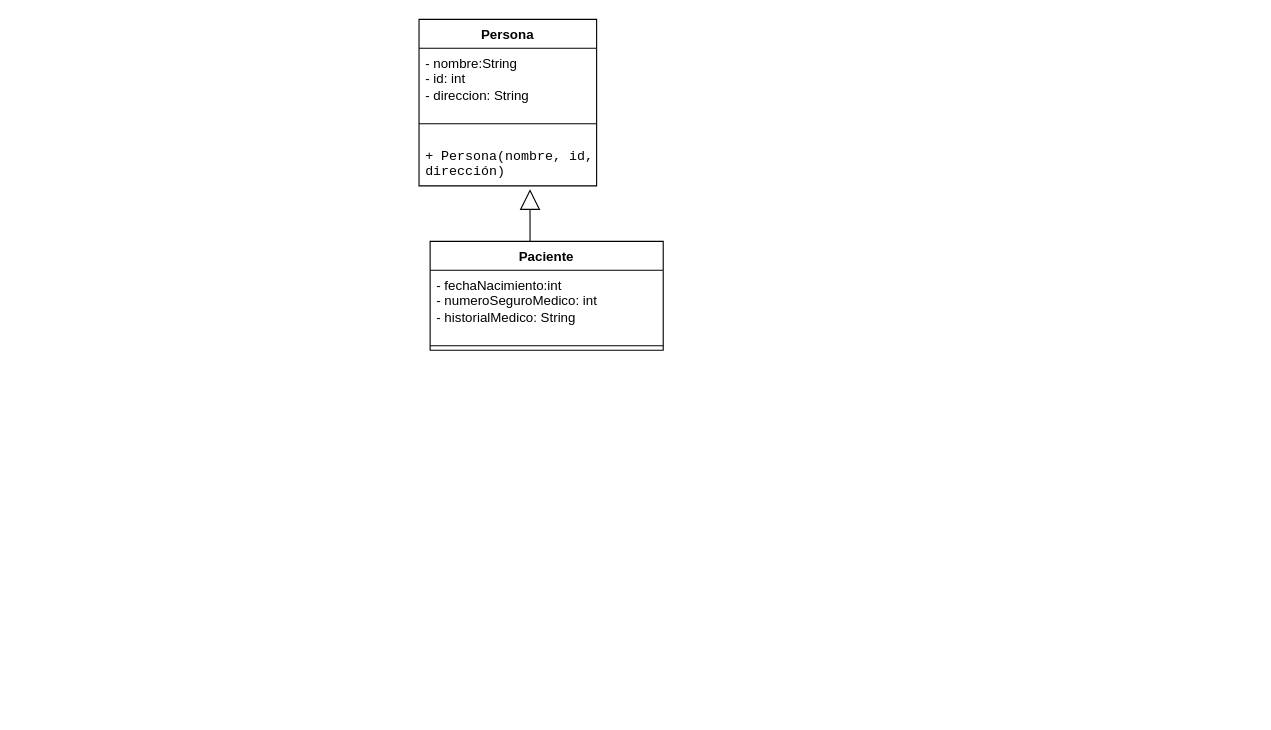
Above: ACD.drawio in Nikooll/ACD (draw.io), before the change. Source tidied: cells renumbered, new cells numbered last; positions are measured from the earlier drawing's top-left corner, leaving out a move shared by most shapes. Both pictures are drawn from the tidied source at 111%, with x=0, y=0 at pixel (418, 19).
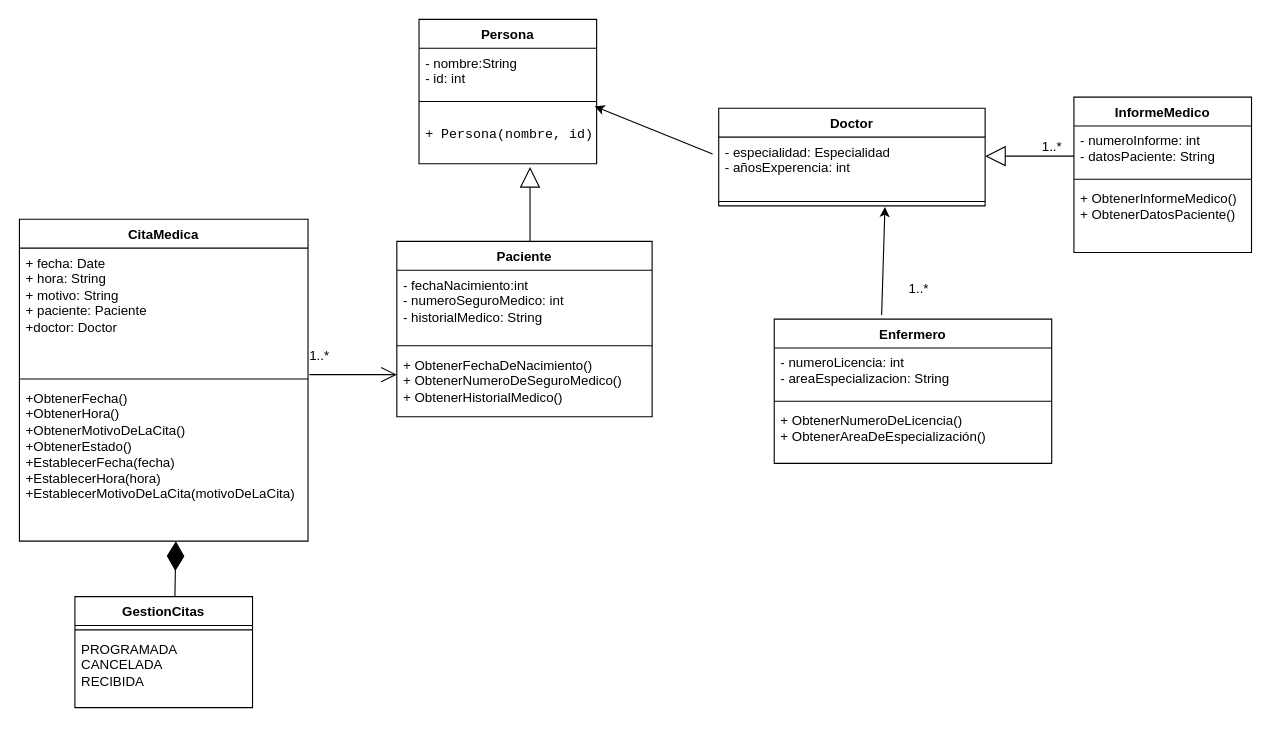
The same page after the edit.

Diff of the diagram source:
```diff
@@
     <mxCell id="2" value="Persona" style="swimlane;fontStyle=1;align=center;verticalAlign=top;horizontal=1;startSize=26;whiteSpace=wrap;html=1;" parent="1" vertex="1">
-      <mxGeometry width="160" height="150" as="geometry" />
+      <mxGeometry width="160" height="130" as="geometry" />
     </mxCell>
-    <mxCell id="3" value="&lt;div&gt;- nombre:String&lt;/div&gt;&lt;div&gt;- id: int&lt;/div&gt;&lt;div&gt;- direccion: String&lt;/div&gt;&lt;div&gt;&lt;br&gt;&lt;/div&gt;" style="text;strokeColor=none;fillColor=none;align=left;verticalAlign=top;spacingLeft=4;spacingRight=4;overflow=hidden;whiteSpace=wrap;html=1;" parent="2" vertex="1">
-      <mxGeometry y="26" width="160" height="64" as="geometry" />
+    <mxCell id="3" value="&lt;div&gt;- nombre:String&lt;/div&gt;&lt;div&gt;- id: int&lt;/div&gt;&lt;div&gt;&lt;br&gt;&lt;/div&gt;" style="text;strokeColor=none;fillColor=none;align=left;verticalAlign=top;spacingLeft=4;spacingRight=4;overflow=hidden;whiteSpace=wrap;html=1;" parent="2" vertex="1">
+      <mxGeometry y="26" width="160" height="44" as="geometry" />
     </mxCell>
     <mxCell id="4" style="line;strokeWidth=1;fillColor=none;align=left;verticalAlign=middle;spacingTop=-1;spacingLeft=3;spacingRight=3;labelPosition=right;strokeColor=inherit;" parent="2" vertex="1">
-      <mxGeometry y="90" width="160" height="8" as="geometry" />
+      <mxGeometry y="70" width="160" height="8" as="geometry" />
     </mxCell>
-    <mxCell id="5" value="&lt;pre&gt;&lt;code class=&quot;!whitespace-pre hljs language-plaintext&quot;&gt;+ Persona(nombre, id,&lt;br&gt;dirección)&lt;/code&gt;&lt;/pre&gt;" style="text;strokeColor=none;fillColor=none;align=left;verticalAlign=top;spacingLeft=4;spacingRight=4;overflow=hidden;points=[[0,0.5],[1,0.5]];portConstraint=eastwest;whiteSpace=wrap;html=1;" parent="2" vertex="1">
-      <mxGeometry y="98" width="160" height="52" as="geometry" />
+    <mxCell id="5" value="&lt;pre&gt;&lt;code class=&quot;!whitespace-pre hljs language-plaintext&quot;&gt;+ Persona(nombre, id)&lt;/code&gt;&lt;/pre&gt;" style="text;strokeColor=none;fillColor=none;align=left;verticalAlign=top;spacingLeft=4;spacingRight=4;overflow=hidden;points=[[0,0.5],[1,0.5]];portConstraint=eastwest;whiteSpace=wrap;html=1;" parent="2" vertex="1">
+      <mxGeometry y="78" width="160" height="52" as="geometry" />
     </mxCell>
@@
     <mxCell id="7" value="Paciente" style="swimlane;fontStyle=1;align=center;verticalAlign=top;horizontal=1;startSize=26;whiteSpace=wrap;html=1;" parent="1" vertex="1">
-      <mxGeometry x="10" y="200" width="210" height="98" as="geometry" />
+      <mxGeometry x="-20" y="200" width="230" height="158" as="geometry" />
     </mxCell>
     <mxCell id="8" value="&lt;div&gt;- fechaNacimiento:int&lt;/div&gt;&lt;div&gt;- numeroSeguroMedico: int&lt;/div&gt;&lt;div&gt;- historialMedico: String&lt;/div&gt;" style="text;strokeColor=none;fillColor=none;align=left;verticalAlign=top;spacingLeft=4;spacingRight=4;overflow=hidden;whiteSpace=wrap;html=1;" parent="7" vertex="1">
-      <mxGeometry y="26" width="210" height="64" as="geometry" />
+      <mxGeometry y="26" width="230" height="64" as="geometry" />
     </mxCell>
-    <mxCell id="9" style="line;strokeWidth=1;fillColor=none;align=left;verticalAlign=middle;spacingTop=-1;spacingLeft=3;spacingRight=3;labelPosition=right;strokeColor=inherit;" parent="7" vertex="1">
-      <mxGeometry y="90" width="210" height="8" as="geometry" />
-    </mxCell>
+    <mxCell id="10" style="line;strokeWidth=1;fillColor=none;align=left;verticalAlign=middle;spacingTop=-1;spacingLeft=3;spacingRight=3;labelPosition=right;strokeColor=inherit;" parent="7" vertex="1">
+      <mxGeometry y="90" width="230" height="8" as="geometry" />
+    </mxCell>
+    <mxCell id="11" value="+ ObtenerFechaDeNacimiento()&lt;br&gt;+ ObtenerNumeroDeSeguroMedico()&lt;br&gt;+ ObtenerHistorialMedico()&lt;div&gt;&lt;br/&gt;&lt;/div&gt;" style="text;strokeColor=none;fillColor=none;align=left;verticalAlign=top;spacingLeft=4;spacingRight=4;overflow=hidden;whiteSpace=wrap;html=1;" parent="7" vertex="1">
+      <mxGeometry y="98" width="230" height="60" as="geometry" />
+    </mxCell>
+    <mxCell id="12" value="Doctor" style="swimlane;fontStyle=1;align=center;verticalAlign=top;horizontal=1;startSize=26;whiteSpace=wrap;html=1;" parent="1" vertex="1">
+      <mxGeometry x="270" y="80" width="240" height="88" as="geometry" />
+    </mxCell>
+    <mxCell id="13" value="&lt;div&gt;- especialidad: Especialidad &lt;br&gt;&lt;/div&gt;&lt;div&gt;- añosExperencia: int&lt;br&gt;&lt;/div&gt;" style="text;strokeColor=none;fillColor=none;align=left;verticalAlign=top;spacingLeft=4;spacingRight=4;overflow=hidden;points=[[0,0.5],[1,0.5]];portConstraint=eastwest;whiteSpace=wrap;html=1;" parent="12" vertex="1">
+      <mxGeometry y="26" width="240" height="54" as="geometry" />
+    </mxCell>
+    <mxCell id="14" style="line;strokeWidth=1;fillColor=none;align=left;verticalAlign=middle;spacingTop=-1;spacingLeft=3;spacingRight=3;labelPosition=right;points=[];portConstraint=eastwest;strokeColor=inherit;" parent="12" vertex="1">
+      <mxGeometry y="80" width="240" height="8" as="geometry" />
+    </mxCell>
+    <mxCell id="15" value="Enfermero" style="swimlane;fontStyle=1;align=center;verticalAlign=top;horizontal=1;startSize=26;whiteSpace=wrap;html=1;" parent="1" vertex="1">
+      <mxGeometry x="320" y="270" width="250" height="130" as="geometry" />
+    </mxCell>
+    <mxCell id="16" value="&lt;div&gt;- numeroLicencia: int&lt;/div&gt;&lt;div&gt;- areaEspecializacion: String&lt;br&gt;&lt;/div&gt;" style="text;strokeColor=none;fillColor=none;align=left;verticalAlign=top;spacingLeft=4;spacingRight=4;overflow=hidden;whiteSpace=wrap;html=1;" parent="15" vertex="1">
+      <mxGeometry y="26" width="250" height="44" as="geometry" />
+    </mxCell>
+    <mxCell id="17" style="line;strokeWidth=1;fillColor=none;align=left;verticalAlign=middle;spacingTop=-1;spacingLeft=3;spacingRight=3;labelPosition=right;strokeColor=inherit;" parent="15" vertex="1">
+      <mxGeometry y="70" width="250" height="8" as="geometry" />
+    </mxCell>
+    <mxCell id="18" value="+ ObtenerNumeroDeLicencia()&lt;br&gt;+ ObtenerAreaDeEspecialización()" style="text;strokeColor=none;fillColor=none;align=left;verticalAlign=top;spacingLeft=4;spacingRight=4;overflow=hidden;whiteSpace=wrap;html=1;" parent="15" vertex="1">
+      <mxGeometry y="78" width="250" height="52" as="geometry" />
+    </mxCell>
+    <mxCell id="19" value="CitaMedica" style="swimlane;fontStyle=1;align=center;verticalAlign=top;horizontal=1;startSize=26;whiteSpace=wrap;html=1;" parent="1" vertex="1">
+      <mxGeometry x="-360" y="180" width="260" height="290" as="geometry" />
+    </mxCell>
+    <mxCell id="20" value="+ fecha: Date&lt;br&gt;+ hora: String &amp;nbsp;&lt;br&gt;+ motivo: String&amp;nbsp; &lt;br&gt;+ paciente: Paciente&amp;nbsp;&amp;nbsp;&amp;nbsp; &amp;nbsp;&lt;br&gt;+doctor: Doctor&amp;nbsp;&amp;nbsp; " style="text;strokeColor=none;fillColor=none;align=left;verticalAlign=top;spacingLeft=4;spacingRight=4;overflow=hidden;points=[[0,0.5],[1,0.5]];portConstraint=eastwest;whiteSpace=wrap;html=1;" parent="19" vertex="1">
+      <mxGeometry y="26" width="260" height="114" as="geometry" />
+    </mxCell>
+    <mxCell id="21" style="line;strokeWidth=1;fillColor=none;align=left;verticalAlign=middle;spacingTop=-1;spacingLeft=3;spacingRight=3;labelPosition=right;strokeColor=inherit;" parent="19" vertex="1">
+      <mxGeometry y="140" width="260" height="8" as="geometry" />
+    </mxCell>
+    <mxCell id="22" value="+ObtenerFecha()&lt;br&gt;+ObtenerHora()&lt;br&gt;+ObtenerMotivoDeLaCita()&lt;br&gt;+ObtenerEstado()&lt;br&gt;+EstablecerFecha(fecha)&lt;br&gt;+EstablecerHora(hora)&lt;br&gt;+EstablecerMotivoDeLaCita(motivoDeLaCita)" style="text;strokeColor=none;fillColor=none;align=left;verticalAlign=top;spacingLeft=4;spacingRight=4;overflow=hidden;points=[[0,0.5],[1,0.5]];portConstraint=eastwest;whiteSpace=wrap;html=1;" parent="19" vertex="1">
+      <mxGeometry y="148" width="260" height="142" as="geometry" />
+    </mxCell>
+    <mxCell id="23" style="endArrow=open;endFill=1;endSize=12;html=1;rounded=0;exitX=1.005;exitY=1;exitDx=0;exitDy=0;exitPerimeter=0;" parent="1" edge="1" source="20">
+      <mxGeometry relative="1" as="geometry">
+        <mxPoint x="-20" y="320" as="targetPoint" />
+      </mxGeometry>
+    </mxCell>
+    <mxCell id="24" value="InformeMedico" style="swimlane;fontStyle=1;align=center;verticalAlign=top;horizontal=1;startSize=26;whiteSpace=wrap;html=1;" parent="1" vertex="1">
+      <mxGeometry x="590" y="70" width="160" height="140" as="geometry" />
+    </mxCell>
+    <mxCell id="25" value="&lt;div&gt;- numeroInforme: int&lt;/div&gt;&lt;div&gt;- datosPaciente: String&lt;br&gt;&lt;/div&gt;" style="text;strokeColor=none;fillColor=none;align=left;verticalAlign=top;spacingLeft=4;spacingRight=4;overflow=hidden;whiteSpace=wrap;html=1;" parent="24" vertex="1">
+      <mxGeometry y="26" width="160" height="44" as="geometry" />
+    </mxCell>
+    <mxCell id="26" style="line;strokeWidth=1;fillColor=none;align=left;verticalAlign=middle;spacingTop=-1;spacingLeft=3;spacingRight=3;labelPosition=right;strokeColor=inherit;" parent="24" vertex="1">
+      <mxGeometry y="70" width="160" height="8" as="geometry" />
+    </mxCell>
+    <mxCell id="27" value="&lt;div&gt;+ ObtenerInformeMedico()&lt;/div&gt;&lt;div&gt;+ ObtenerDatosPaciente()&lt;br&gt;&lt;/div&gt;" style="text;strokeColor=none;fillColor=none;align=left;verticalAlign=top;spacingLeft=4;spacingRight=4;overflow=hidden;whiteSpace=wrap;html=1;" parent="24" vertex="1">
+      <mxGeometry y="78" width="160" height="62" as="geometry" />
+    </mxCell>
+    <mxCell id="28" style="endArrow=block;endSize=16;endFill=0;html=1;rounded=0;" parent="1" edge="1">
+      <mxGeometry relative="1" as="geometry">
+        <mxPoint x="590" y="123.2" as="sourcePoint" />
+        <mxPoint x="510" y="123.2" as="targetPoint" />
+      </mxGeometry>
+    </mxCell>
+    <mxCell id="29" value="GestionCitas" style="swimlane;fontStyle=1;align=center;verticalAlign=top;horizontal=1;startSize=26;whiteSpace=wrap;html=1;" parent="1" vertex="1">
+      <mxGeometry x="-310" y="520" width="160" height="100" as="geometry" />
+    </mxCell>
+    <mxCell id="30" style="line;strokeWidth=1;fillColor=none;align=left;verticalAlign=middle;spacingTop=-1;spacingLeft=3;spacingRight=3;labelPosition=right;strokeColor=inherit;" parent="29" vertex="1">
+      <mxGeometry y="26" width="160" height="8" as="geometry" />
+    </mxCell>
+    <mxCell id="31" value="&lt;div&gt;PROGRAMADA&lt;/div&gt;&lt;div&gt;CANCELADA &lt;br&gt;&lt;/div&gt;&lt;div&gt;RECIBIDA&lt;br&gt;&lt;/div&gt;" style="text;strokeColor=none;fillColor=none;align=left;verticalAlign=top;spacingLeft=4;spacingRight=4;overflow=hidden;whiteSpace=wrap;html=1;" parent="29" vertex="1">
+      <mxGeometry y="34" width="160" height="66" as="geometry" />
+    </mxCell>
+    <mxCell id="32" style="endArrow=diamondThin;endFill=1;endSize=24;html=1;rounded=0;entryX=0.542;entryY=1;entryDx=0;entryDy=0;entryPerimeter=0;exitX=0.563;exitY=0;exitDx=0;exitDy=0;exitPerimeter=0;" parent="1" edge="1" source="29" target="22">
+      <mxGeometry relative="1" as="geometry" />
+    </mxCell>
+    <mxCell id="33" value="1..*" style="text;html=1;align=center;verticalAlign=middle;strokeColor=none;fillColor=none;" parent="1" vertex="1">
+      <mxGeometry x="-110" y="288" width="40" height="30" as="geometry" />
+    </mxCell>
+    <mxCell id="34" value="1..*" style="text;html=1;align=center;verticalAlign=middle;strokeColor=none;fillColor=none;" parent="1" vertex="1">
+      <mxGeometry x="550" y="100" width="40" height="30" as="geometry" />
+    </mxCell>
+    <mxCell id="35" style="endArrow=classic;html=1;rounded=0;entryX=0.989;entryY=0.004;entryDx=0;entryDy=0;entryPerimeter=0;exitX=-0.023;exitY=0.283;exitDx=0;exitDy=0;exitPerimeter=0;" parent="1" edge="1" source="13" target="5">
+      <mxGeometry relative="1" as="geometry" />
+    </mxCell>
+    <mxCell id="36" style="endArrow=classic;html=1;rounded=0;exitX=0.387;exitY=-0.028;exitDx=0;exitDy=0;exitPerimeter=0;entryX=0.624;entryY=1.125;entryDx=0;entryDy=0;entryPerimeter=0;" parent="1" edge="1" source="15" target="14">
+      <mxGeometry relative="1" as="geometry" />
+    </mxCell>
+    <mxCell id="37" value="1..*" style="text;html=1;align=center;verticalAlign=middle;strokeColor=none;fillColor=none;" parent="1" vertex="1">
+      <mxGeometry x="430" y="228" width="40" height="30" as="geometry" />
+    </mxCell>
```
